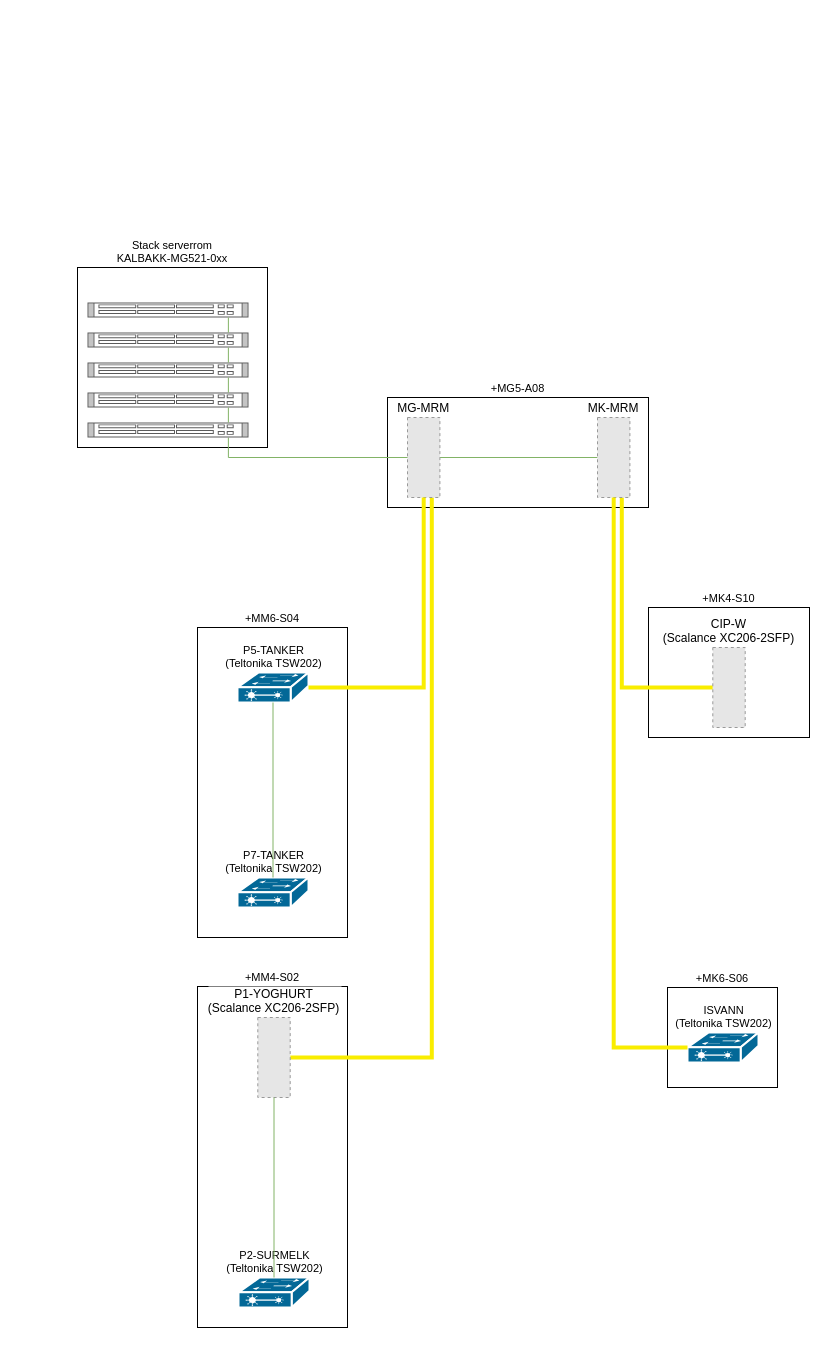
This is Nettverk PN.drawio from warben0/DrawIOStorage, a draw.io file, before an edit. Source tidied: cells renumbered, new cells numbered last; positions are measured from the earlier drawing's top-left corner, leaving out a move shared by most shapes. Both pictures are drawn from the tidied source at 100%, with x=0, y=0 at pixel (77, 267). Pictures stored in the file or linked from it are replaced by grey dashed boxes.
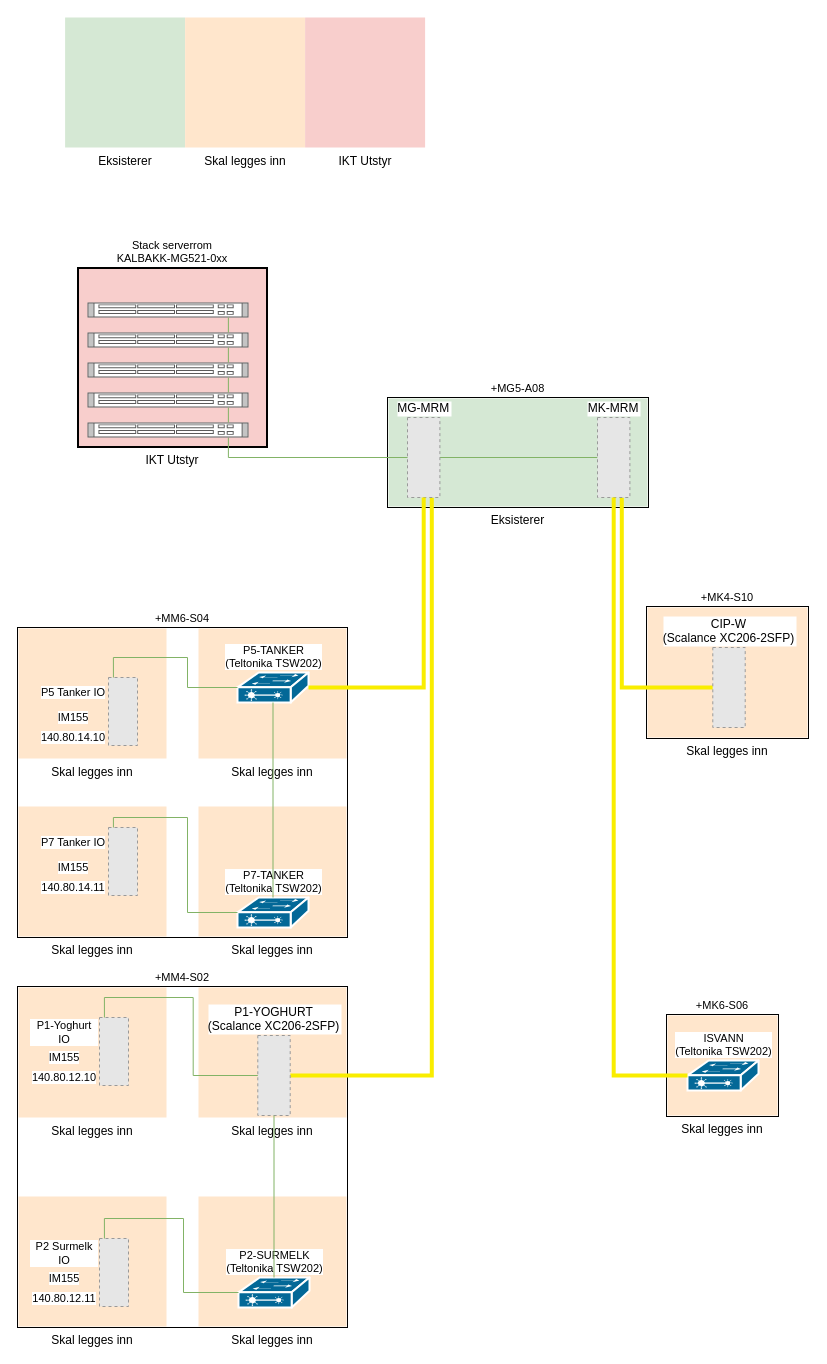
After the change.

The change refers to these unchanged cells:
```xml
<mxCell id="11" value="MG-MRM" style="fillColor=#E6E6E6;strokeColor=#999999;dashed=1;verticalLabelPosition=top;labelBackgroundColor=default;verticalAlign=bottom;labelPosition=center;align=center;" parent="8" vertex="1">
  <mxGeometry x="330" y="150" width="32.4" height="80" as="geometry" />
</mxCell>
<mxCell id="26" value="P5-TANKER&lt;br&gt;(Teltonika TSW202)" style="strokeColor=#ffffff;sketch=0;html=1;dashed=0;fillColor=#036897;strokeWidth=2;verticalLabelPosition=top;verticalAlign=bottom;align=center;outlineConnect=0;shape=mxgraph.cisco.switches.layer_2_remote_switch;fontFamily=Helvetica;fontSize=11;fontColor=default;labelBackgroundColor=default;labelPosition=center;" parent="8" vertex="1">
  <mxGeometry x="160" y="405" width="71" height="30" as="geometry" />
</mxCell>
<mxCell id="30" value="P2-SURMELK&lt;br&gt;(Teltonika TSW202)" style="strokeColor=#ffffff;sketch=0;html=1;dashed=0;fillColor=#036897;strokeWidth=2;verticalLabelPosition=top;verticalAlign=bottom;align=center;outlineConnect=0;shape=mxgraph.cisco.switches.layer_2_remote_switch;fontFamily=Helvetica;fontSize=11;fontColor=default;labelBackgroundColor=default;labelPosition=center;" parent="8" vertex="1">
  <mxGeometry x="161" y="1010" width="71" height="30" as="geometry" />
</mxCell>
```

The edit, as a diff of the source:
```diff
@@
     <mxCell id="4" value="+MM6-S04" style="rounded=0;whiteSpace=wrap;html=1;fontFamily=Helvetica;fontSize=11;fontColor=default;labelBackgroundColor=default;labelPosition=center;verticalLabelPosition=top;align=center;verticalAlign=bottom;" parent="1" vertex="1">
-      <mxGeometry x="120" y="360" width="150" height="310" as="geometry" />
+      <mxGeometry x="-60" y="360" width="330" height="310" as="geometry" />
     </mxCell>
     <mxCell id="5" value="+MM4-S02" style="rounded=0;whiteSpace=wrap;html=1;fontFamily=Helvetica;fontSize=11;fontColor=default;labelBackgroundColor=default;labelPosition=center;verticalLabelPosition=top;align=center;verticalAlign=bottom;" parent="1" vertex="1">
-      <mxGeometry x="120" y="719" width="150" height="341" as="geometry" />
+      <mxGeometry x="-60" y="719" width="330" height="341" as="geometry" />
     </mxCell>
     <mxCell id="6" value="+MK4-S10" style="rounded=0;whiteSpace=wrap;html=1;fontFamily=Helvetica;fontSize=11;fontColor=default;labelBackgroundColor=default;labelPosition=center;verticalLabelPosition=top;align=center;verticalAlign=bottom;" parent="1" vertex="1">
-      <mxGeometry x="571" y="340" width="161" height="130" as="geometry" />
+      <mxGeometry x="569" y="339" width="162" height="132" as="geometry" />
     </mxCell>
     <mxCell id="7" value="+MK6-S06" style="rounded=0;whiteSpace=wrap;html=1;fontFamily=Helvetica;fontSize=11;fontColor=default;labelBackgroundColor=default;labelPosition=center;verticalLabelPosition=top;align=center;verticalAlign=bottom;" parent="1" vertex="1">
-      <mxGeometry x="590" y="720" width="110" height="100" as="geometry" />
+      <mxGeometry x="589" y="747" width="112" height="102" as="geometry" />
     </mxCell>
+    <mxCell id="34" parent="0" />
+    <mxCell id="35" value="Skal legges inn" style="rounded=0;whiteSpace=wrap;html=1;fillColor=#ffe6cc;strokeColor=none;labelPosition=center;verticalLabelPosition=bottom;align=center;verticalAlign=top;" parent="34" vertex="1">
+      <mxGeometry x="570" y="340" width="160" height="130" as="geometry" />
+    </mxCell>
+    <mxCell id="36" value="Eksisterer" style="rounded=0;whiteSpace=wrap;html=1;fillColor=#d5e8d4;strokeColor=none;labelPosition=center;verticalLabelPosition=bottom;align=center;verticalAlign=top;" parent="34" vertex="1">
+      <mxGeometry x="-12.4" y="-250" width="120" height="130" as="geometry" />
+    </mxCell>
+    <mxCell id="37" value="Eksisterer" style="rounded=0;whiteSpace=wrap;html=1;fillColor=#d5e8d4;strokeColor=none;labelPosition=center;verticalLabelPosition=bottom;align=center;verticalAlign=top;" parent="34" vertex="1">
+      <mxGeometry x="311" y="131" width="259" height="108" as="geometry" />
+    </mxCell>
+    <mxCell id="38" value="Skal legges inn" style="rounded=0;whiteSpace=wrap;html=1;fillColor=#ffe6cc;strokeColor=none;labelPosition=center;verticalLabelPosition=bottom;align=center;verticalAlign=top;" parent="34" vertex="1">
+      <mxGeometry x="107.6" y="-250" width="120" height="130" as="geometry" />
+    </mxCell>
+    <mxCell id="39" value="Skal legges inn" style="rounded=0;whiteSpace=wrap;html=1;fillColor=#ffe6cc;strokeColor=none;labelPosition=center;verticalLabelPosition=bottom;align=center;verticalAlign=top;" parent="34" vertex="1">
+      <mxGeometry x="590" y="748" width="110" height="100" as="geometry" />
+    </mxCell>
+    <mxCell id="40" value="Skal legges inn" style="rounded=0;whiteSpace=wrap;html=1;fillColor=#ffe6cc;strokeColor=none;labelPosition=center;verticalLabelPosition=bottom;align=center;verticalAlign=top;" parent="34" vertex="1">
+      <mxGeometry x="121" y="720" width="148" height="130" as="geometry" />
+    </mxCell>
+    <mxCell id="41" value="Skal legges inn" style="rounded=0;whiteSpace=wrap;html=1;fillColor=#ffe6cc;strokeColor=none;labelPosition=center;verticalLabelPosition=bottom;align=center;verticalAlign=top;" parent="34" vertex="1">
+      <mxGeometry x="121" y="929" width="148" height="130" as="geometry" />
+    </mxCell>
+    <mxCell id="42" value="Skal legges inn" style="rounded=0;whiteSpace=wrap;html=1;fillColor=#ffe6cc;strokeColor=none;labelPosition=center;verticalLabelPosition=bottom;align=center;verticalAlign=top;" parent="34" vertex="1">
+      <mxGeometry x="121" y="539" width="148" height="130" as="geometry" />
+    </mxCell>
+    <mxCell id="43" value="Skal legges inn" style="rounded=0;whiteSpace=wrap;html=1;fillColor=#ffe6cc;strokeColor=none;labelPosition=center;verticalLabelPosition=bottom;align=center;verticalAlign=top;" parent="34" vertex="1">
+      <mxGeometry x="121" y="361" width="148" height="130" as="geometry" />
+    </mxCell>
+    <mxCell id="44" value="IKT Utstyr" style="rounded=0;whiteSpace=wrap;html=1;fillColor=#f8cecc;strokeColor=none;labelPosition=center;verticalLabelPosition=bottom;align=center;verticalAlign=top;" parent="34" vertex="1">
+      <mxGeometry x="227.6" y="-250" width="120" height="130" as="geometry" />
+    </mxCell>
+    <mxCell id="45" value="IKT Utstyr" style="rounded=0;whiteSpace=wrap;html=1;fillColor=#f8cecc;labelPosition=center;verticalLabelPosition=bottom;align=center;verticalAlign=top;fontFamily=Helvetica;fontSize=12;fontColor=default;" parent="34" vertex="1">
+      <mxGeometry x="1" y="1" width="188" height="178" as="geometry" />
+    </mxCell>
+    <mxCell id="46" value="Skal legges inn" style="rounded=0;whiteSpace=wrap;html=1;fillColor=#ffe6cc;strokeColor=none;labelPosition=center;verticalLabelPosition=bottom;align=center;verticalAlign=top;" parent="34" vertex="1">
+      <mxGeometry x="-59" y="539" width="148" height="130" as="geometry" />
+    </mxCell>
+    <mxCell id="47" value="Skal legges inn" style="rounded=0;whiteSpace=wrap;html=1;fillColor=#ffe6cc;strokeColor=none;labelPosition=center;verticalLabelPosition=bottom;align=center;verticalAlign=top;" parent="34" vertex="1">
+      <mxGeometry x="-59" y="361" width="148" height="130" as="geometry" />
+    </mxCell>
+    <mxCell id="48" value="Skal legges inn" style="rounded=0;whiteSpace=wrap;html=1;fillColor=#ffe6cc;strokeColor=none;labelPosition=center;verticalLabelPosition=bottom;align=center;verticalAlign=top;" parent="34" vertex="1">
+      <mxGeometry x="-59" y="720" width="148" height="130" as="geometry" />
+    </mxCell>
+    <mxCell id="49" value="Skal legges inn" style="rounded=0;whiteSpace=wrap;html=1;fillColor=#ffe6cc;strokeColor=none;labelPosition=center;verticalLabelPosition=bottom;align=center;verticalAlign=top;" parent="34" vertex="1">
+      <mxGeometry x="-59" y="929" width="148" height="130" as="geometry" />
+    </mxCell>
@@
+    <mxCell id="10" style="edgeStyle=orthogonalEdgeStyle;shape=connector;rounded=0;jettySize=auto;html=1;exitX=0.75;exitY=1;exitDx=0;exitDy=0;entryX=1;entryY=0.5;entryDx=0;entryDy=0;strokeColor=#F9ED00;strokeWidth=4;align=center;verticalAlign=middle;fontFamily=Helvetica;fontSize=11;fontColor=default;labelBackgroundColor=default;endArrow=none;endFill=0;fillColor=#fff2cc;" parent="8" edge="1" source="11" target="25">
+      <mxGeometry relative="1" as="geometry" />
+    </mxCell>
@@
-    <mxCell id="10" style="edgeStyle=orthogonalEdgeStyle;shape=connector;rounded=0;jettySize=auto;html=1;exitX=0.75;exitY=1;exitDx=0;exitDy=0;entryX=1;entryY=0.5;entryDx=0;entryDy=0;strokeColor=#F9ED00;strokeWidth=4;align=center;verticalAlign=middle;fontFamily=Helvetica;fontSize=11;fontColor=default;labelBackgroundColor=default;endArrow=none;endFill=0;fillColor=#fff2cc;" parent="8" edge="1" source="11" target="25">
-      <mxGeometry relative="1" as="geometry" />
-    </mxCell>
@@
     <mxCell id="25" value="P1-YOGHURT&#10;(Scalance XC206-2SFP)" style="fillColor=#E6E6E6;strokeColor=#999999;dashed=1;verticalLabelPosition=top;labelBackgroundColor=default;verticalAlign=bottom;labelPosition=center;align=center;" parent="8" vertex="1">
-      <mxGeometry x="180.3" y="750" width="32.4" height="80" as="geometry" />
+      <mxGeometry x="180.3" y="768" width="32.4" height="80" as="geometry" />
     </mxCell>
@@
     <mxCell id="27" value="P7-TANKER&lt;br&gt;(Teltonika TSW202)" style="strokeColor=#ffffff;sketch=0;html=1;dashed=0;fillColor=#036897;strokeWidth=2;verticalLabelPosition=top;verticalAlign=bottom;align=center;outlineConnect=0;shape=mxgraph.cisco.switches.layer_2_remote_switch;fontFamily=Helvetica;fontSize=11;fontColor=default;labelBackgroundColor=default;labelPosition=center;" parent="8" vertex="1">
-      <mxGeometry x="160" y="610" width="71" height="30" as="geometry" />
+      <mxGeometry x="160" y="630" width="71" height="30" as="geometry" />
     </mxCell>
@@
     <mxCell id="29" value="ISVANN&lt;br&gt;(Teltonika TSW202)" style="strokeColor=#ffffff;sketch=0;html=1;dashed=0;fillColor=#036897;strokeWidth=2;verticalLabelPosition=top;verticalAlign=bottom;align=center;outlineConnect=0;shape=mxgraph.cisco.switches.layer_2_remote_switch;fontFamily=Helvetica;fontSize=11;fontColor=default;labelBackgroundColor=default;labelPosition=center;" parent="8" vertex="1">
-      <mxGeometry x="610" y="765" width="71" height="30" as="geometry" />
+      <mxGeometry x="610" y="793" width="71" height="30" as="geometry" />
     </mxCell>
@@
+    <mxCell id="50" parent="0" />
+    <mxCell id="51" style="fillColor=#E6E6E6;strokeColor=#999999;dashed=1;verticalLabelPosition=bottom;labelBackgroundColor=default;verticalAlign=top;fontFamily=Helvetica;fontSize=11;fontColor=default;" parent="50" vertex="1">
+      <mxGeometry x="31" y="560" width="29" height="68" as="geometry" />
+    </mxCell>
+    <mxCell id="52" value="P7 Tanker IO" style="text;html=1;strokeColor=none;fillColor=none;align=center;verticalAlign=middle;whiteSpace=wrap;rounded=0;fontFamily=Helvetica;fontSize=11;fontColor=default;labelBackgroundColor=default;" parent="50" vertex="1">
+      <mxGeometry x="-39" y="560" width="70" height="30" as="geometry" />
+    </mxCell>
+    <mxCell id="53" value="140.80.14.11" style="text;html=1;strokeColor=none;fillColor=none;align=center;verticalAlign=middle;whiteSpace=wrap;rounded=0;fontSize=11;fontFamily=Helvetica;fontColor=default;labelBackgroundColor=default;" parent="50" vertex="1">
+      <mxGeometry x="-39" y="610" width="70" height="20" as="geometry" />
+    </mxCell>
+    <mxCell id="54" value="IM155" style="text;html=1;strokeColor=none;fillColor=none;align=center;verticalAlign=middle;whiteSpace=wrap;rounded=0;fontSize=11;fontFamily=Helvetica;fontColor=default;labelBackgroundColor=default;" parent="50" vertex="1">
+      <mxGeometry x="-39" y="590" width="70" height="20" as="geometry" />
+    </mxCell>
+    <mxCell id="55" style="fillColor=#E6E6E6;strokeColor=#999999;dashed=1;verticalLabelPosition=bottom;labelBackgroundColor=default;verticalAlign=top;fontFamily=Helvetica;fontSize=11;fontColor=default;" parent="50" vertex="1">
+      <mxGeometry x="31" y="410" width="29" height="68" as="geometry" />
+    </mxCell>
+    <mxCell id="56" value="P5 Tanker IO" style="text;html=1;strokeColor=none;fillColor=none;align=center;verticalAlign=middle;whiteSpace=wrap;rounded=0;fontFamily=Helvetica;fontSize=11;fontColor=default;labelBackgroundColor=default;" parent="50" vertex="1">
+      <mxGeometry x="-39" y="410" width="70" height="30" as="geometry" />
+    </mxCell>
+    <mxCell id="57" value="140.80.14.10" style="text;html=1;strokeColor=none;fillColor=none;align=center;verticalAlign=middle;whiteSpace=wrap;rounded=0;fontSize=11;fontFamily=Helvetica;fontColor=default;labelBackgroundColor=default;" parent="50" vertex="1">
+      <mxGeometry x="-39" y="460" width="70" height="20" as="geometry" />
+    </mxCell>
+    <mxCell id="58" value="IM155" style="text;html=1;strokeColor=none;fillColor=none;align=center;verticalAlign=middle;whiteSpace=wrap;rounded=0;fontSize=11;fontFamily=Helvetica;fontColor=default;labelBackgroundColor=default;" parent="50" vertex="1">
+      <mxGeometry x="-39" y="440" width="70" height="20" as="geometry" />
+    </mxCell>
+    <mxCell id="59" style="edgeStyle=orthogonalEdgeStyle;shape=connector;rounded=0;jettySize=auto;html=1;exitX=0;exitY=0.5;exitDx=0;exitDy=0;exitPerimeter=0;entryX=0.17;entryY=0;entryDx=0;entryDy=0;entryPerimeter=0;strokeColor=#82b366;align=center;verticalAlign=middle;fontFamily=Helvetica;fontSize=11;fontColor=default;labelBackgroundColor=default;endArrow=none;endFill=0;fillColor=#d5e8d4;" parent="50" edge="1" source="26" target="55">
+      <mxGeometry relative="1" as="geometry" />
+    </mxCell>
+    <mxCell id="60" style="edgeStyle=orthogonalEdgeStyle;shape=connector;rounded=0;jettySize=auto;html=1;exitX=0;exitY=0.5;exitDx=0;exitDy=0;exitPerimeter=0;entryX=0.17;entryY=0;entryDx=0;entryDy=0;entryPerimeter=0;strokeColor=#82b366;align=center;verticalAlign=middle;fontFamily=Helvetica;fontSize=11;fontColor=default;labelBackgroundColor=default;endArrow=none;endFill=0;fillColor=#d5e8d4;" parent="50" edge="1" source="27" target="51">
+      <mxGeometry relative="1" as="geometry">
+        <Array as="points">
+          <mxPoint x="110" y="645" />
+          <mxPoint x="110" y="550" />
+          <mxPoint x="35.9" y="550" />
+        </Array>
+      </mxGeometry>
+    </mxCell>
+    <mxCell id="61" style="fillColor=#E6E6E6;strokeColor=#999999;dashed=1;verticalLabelPosition=bottom;labelBackgroundColor=default;verticalAlign=top;fontFamily=Helvetica;fontSize=11;fontColor=default;" parent="50" vertex="1">
+      <mxGeometry x="22" y="971" width="29" height="68" as="geometry" />
+    </mxCell>
+    <mxCell id="62" value="P2 Surmelk IO" style="text;html=1;strokeColor=none;fillColor=none;align=center;verticalAlign=middle;whiteSpace=wrap;rounded=0;fontFamily=Helvetica;fontSize=11;fontColor=default;labelBackgroundColor=default;" parent="50" vertex="1">
+      <mxGeometry x="-48" y="971" width="70" height="30" as="geometry" />
+    </mxCell>
+    <mxCell id="63" value="140.80.12.11" style="text;html=1;strokeColor=none;fillColor=none;align=center;verticalAlign=middle;whiteSpace=wrap;rounded=0;fontSize=11;fontFamily=Helvetica;fontColor=default;labelBackgroundColor=default;" parent="50" vertex="1">
+      <mxGeometry x="-48" y="1021" width="70" height="20" as="geometry" />
+    </mxCell>
+    <mxCell id="64" value="IM155" style="text;html=1;strokeColor=none;fillColor=none;align=center;verticalAlign=middle;whiteSpace=wrap;rounded=0;fontSize=11;fontFamily=Helvetica;fontColor=default;labelBackgroundColor=default;" parent="50" vertex="1">
+      <mxGeometry x="-48" y="1001" width="70" height="20" as="geometry" />
+    </mxCell>
+    <mxCell id="65" style="fillColor=#E6E6E6;strokeColor=#999999;dashed=1;verticalLabelPosition=bottom;labelBackgroundColor=default;verticalAlign=top;fontFamily=Helvetica;fontSize=11;fontColor=default;" parent="50" vertex="1">
+      <mxGeometry x="22" y="750" width="29" height="68" as="geometry" />
+    </mxCell>
+    <mxCell id="66" value="P1-Yoghurt IO" style="text;html=1;strokeColor=none;fillColor=none;align=center;verticalAlign=middle;whiteSpace=wrap;rounded=0;fontFamily=Helvetica;fontSize=11;fontColor=default;labelBackgroundColor=default;" parent="50" vertex="1">
+      <mxGeometry x="-48" y="750" width="70" height="30" as="geometry" />
+    </mxCell>
+    <mxCell id="67" value="140.80.12.10" style="text;html=1;strokeColor=none;fillColor=none;align=center;verticalAlign=middle;whiteSpace=wrap;rounded=0;fontSize=11;fontFamily=Helvetica;fontColor=default;labelBackgroundColor=default;" parent="50" vertex="1">
+      <mxGeometry x="-48" y="800" width="70" height="20" as="geometry" />
+    </mxCell>
+    <mxCell id="68" value="IM155" style="text;html=1;strokeColor=none;fillColor=none;align=center;verticalAlign=middle;whiteSpace=wrap;rounded=0;fontSize=11;fontFamily=Helvetica;fontColor=default;labelBackgroundColor=default;" parent="50" vertex="1">
+      <mxGeometry x="-48" y="780" width="70" height="20" as="geometry" />
+    </mxCell>
+    <mxCell id="69" style="edgeStyle=orthogonalEdgeStyle;shape=connector;rounded=0;jettySize=auto;html=1;exitX=0;exitY=0.5;exitDx=0;exitDy=0;entryX=0.17;entryY=0;entryDx=0;entryDy=0;entryPerimeter=0;strokeColor=#82b366;align=center;verticalAlign=middle;fontFamily=Helvetica;fontSize=11;fontColor=default;labelBackgroundColor=default;endArrow=none;endFill=0;fillColor=#d5e8d4;" parent="50" edge="1" source="25" target="65">
+      <mxGeometry relative="1" as="geometry" />
+    </mxCell>
+    <mxCell id="70" style="edgeStyle=orthogonalEdgeStyle;shape=connector;rounded=0;jettySize=auto;html=1;exitX=0;exitY=0.5;exitDx=0;exitDy=0;exitPerimeter=0;entryX=0.17;entryY=0;entryDx=0;entryDy=0;entryPerimeter=0;strokeColor=#82b366;align=center;verticalAlign=middle;fontFamily=Helvetica;fontSize=11;fontColor=default;labelBackgroundColor=default;endArrow=none;endFill=0;fillColor=#d5e8d4;" parent="50" edge="1" source="30" target="61">
+      <mxGeometry relative="1" as="geometry" />
+    </mxCell>
```
